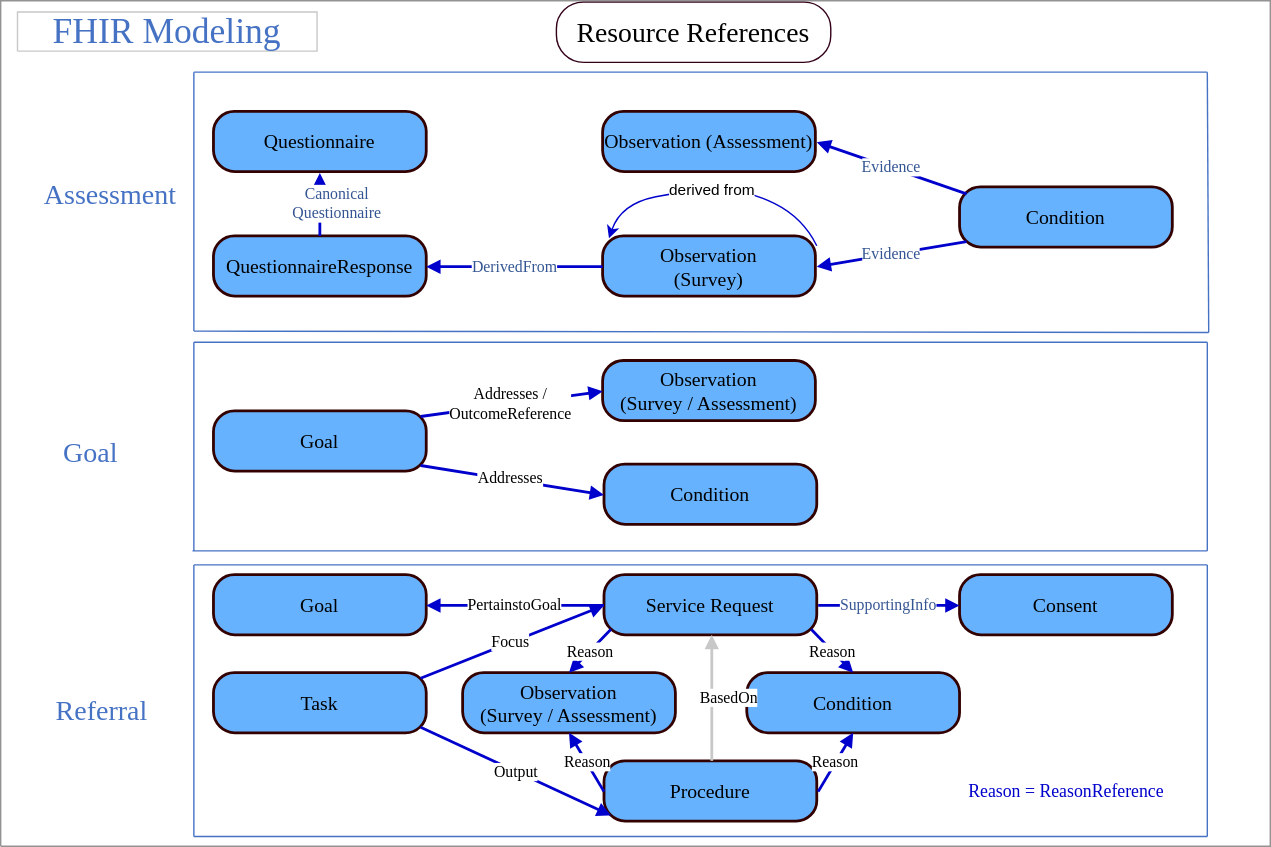
This is input/images/FHIRModeling.svg from HL7/fhir-sdoh-clinicalcare, a draw.io export, as it was before one commit. Source tidied: cells renumbered, new cells last; positions are measured from the earlier drawing's top-left corner, leaving out a move shared by most shapes.
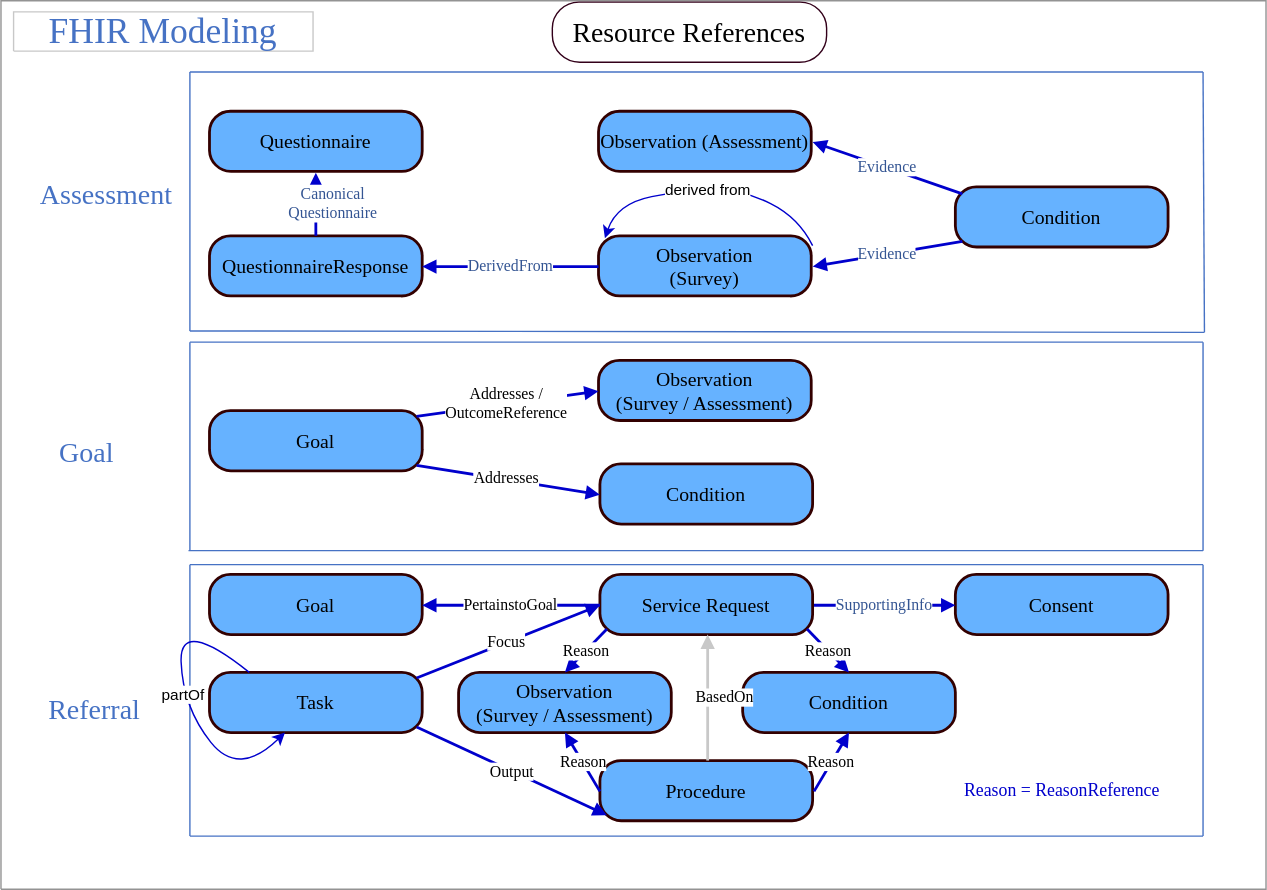
The same file after the commit.

What changed in the source:
```diff
@@ -3,7 +3,7 @@
     <mxCell id="0" />
     <mxCell id="1" value="Connector" parent="0" />
     <mxCell id="2" style="vsdxID=2;fillColor=none;gradientColor=none;shape=(stored shape, 160 characters);strokeColor=#939393;labelBackgroundColor=none;rounded=0;html=1;whiteSpace=wrap;" parent="1" vertex="1">
-      <mxGeometry width="907" height="604" as="geometry" />
+      <mxGeometry x="3" width="904" height="635" as="geometry" />
     </mxCell>
     <mxCell id="3" value="&lt;div style=&quot;font-size: 1px&quot;&gt;&lt;font style=&quot;font-size:25.4px;font-family:Calibri;color:#4672c4;direction:ltr;letter-spacing:0px;line-height:120%;opacity:1&quot;&gt;FHIR Modeling&lt;br/&gt;&lt;/font&gt;&lt;/div&gt;" style="verticalAlign=middle;align=center;vsdxID=3;fillColor=none;gradientColor=none;shape=(stored shape, 160 characters);strokeColor=#C8C8C8;labelBackgroundColor=none;rounded=0;html=1;whiteSpace=wrap;" parent="1" vertex="1">
       <mxGeometry x="12" y="8" width="214" height="28" as="geometry" />
@@ -94,7 +94,7 @@
     <mxCell id="23" value="&lt;div style=&quot;font-size: 20px;&quot;&gt;&lt;font style=&quot;font-size: 20px; font-family: Calibri; color: rgb(70, 114, 196); direction: ltr; letter-spacing: 0px; line-height: 120%; opacity: 1;&quot;&gt;Assessment &lt;br style=&quot;font-size: 20px;&quot;&gt;&lt;/font&gt;&lt;/div&gt;" style="verticalAlign=middle;align=center;vsdxID=90;fillColor=none;gradientColor=none;shape=(stored shape, 160 characters);strokeColor=none;labelBackgroundColor=none;rounded=0;html=1;whiteSpace=wrap;fontSize=20;" parent="1" vertex="1">
       <mxGeometry x="31" y="124" width="95" height="28" as="geometry" />
     </mxCell>
-    <mxCell id="24" value="&lt;div style=&quot;font-size: 20px;&quot;&gt;&lt;font style=&quot;font-size: 20px; font-family: Calibri; color: rgb(70, 114, 196); direction: ltr; letter-spacing: 0px; line-height: 120%; opacity: 1;&quot;&gt;Referral&lt;br style=&quot;font-size: 20px;&quot;&gt;&lt;/font&gt;&lt;/div&gt;" style="verticalAlign=middle;align=center;vsdxID=91;fillColor=none;gradientColor=none;shape=(stored shape, 160 characters);strokeColor=none;labelBackgroundColor=none;rounded=0;html=1;whiteSpace=wrap;fontSize=20;" parent="1" vertex="1">
+    <mxCell id="24" value="&lt;div style=&quot;font-size: 20px;&quot;&gt;&lt;font style=&quot;font-size: 20px; font-family: Calibri; color: rgb(70, 114, 196); direction: ltr; letter-spacing: 0px; line-height: 120%; opacity: 1;&quot;&gt;Referral&amp;nbsp;&lt;br style=&quot;font-size: 20px;&quot;&gt;&lt;/font&gt;&lt;/div&gt;" style="verticalAlign=middle;align=center;vsdxID=91;fillColor=none;gradientColor=none;shape=(stored shape, 160 characters);strokeColor=none;labelBackgroundColor=none;rounded=0;html=1;whiteSpace=wrap;fontSize=20;" parent="1" vertex="1">
       <mxGeometry x="32" y="492" width="81" height="28" as="geometry" />
     </mxCell>
     <mxCell id="25" value="&lt;div style=&quot;font-size: 1px&quot;&gt;&lt;font style=&quot;font-size:14.11px;font-family:Calibri;color:#000000;direction:ltr;letter-spacing:0px;line-height:120%;opacity:1&quot;&gt;Observation &lt;br/&gt;(Survey / Assessment)&lt;br/&gt;&lt;/font&gt;&lt;/div&gt;" style="verticalAlign=middle;align=center;vsdxID=100;fillColor=#66B2FF;gradientColor=none;shape=(stored shape, 328 characters);strokeColor=#330000;strokeWidth=2;points=[[0,0.5,0],[1,0.5,0],[0.5,1,0],[0.5,0,0],[0.03,0.04,0],[0.97,0.04,0],[0.03,0.96,0],[0.97,0.96,0]];labelBackgroundColor=none;rounded=0;html=1;whiteSpace=wrap;" parent="1" vertex="1">
@@ -213,5 +213,15 @@
         </Array>
       </mxGeometry>
     </mxCell>
+    <mxCell id="52" value="partOf" style="curved=1;endArrow=classic;html=1;rounded=0;strokeColor=#0000CC;" parent="1" edge="1" target="13">
+      <mxGeometry relative="1" as="geometry">
+        <mxPoint x="180.4" y="480" as="sourcePoint" />
+        <Array as="points">
+          <mxPoint x="130.4" y="440" />
+          <mxPoint x="133" y="505" />
+          <mxPoint x="173" y="555" />
+        </Array>
+      </mxGeometry>
+    </mxCell>
   </root>
 </mxGraphModel>
```
